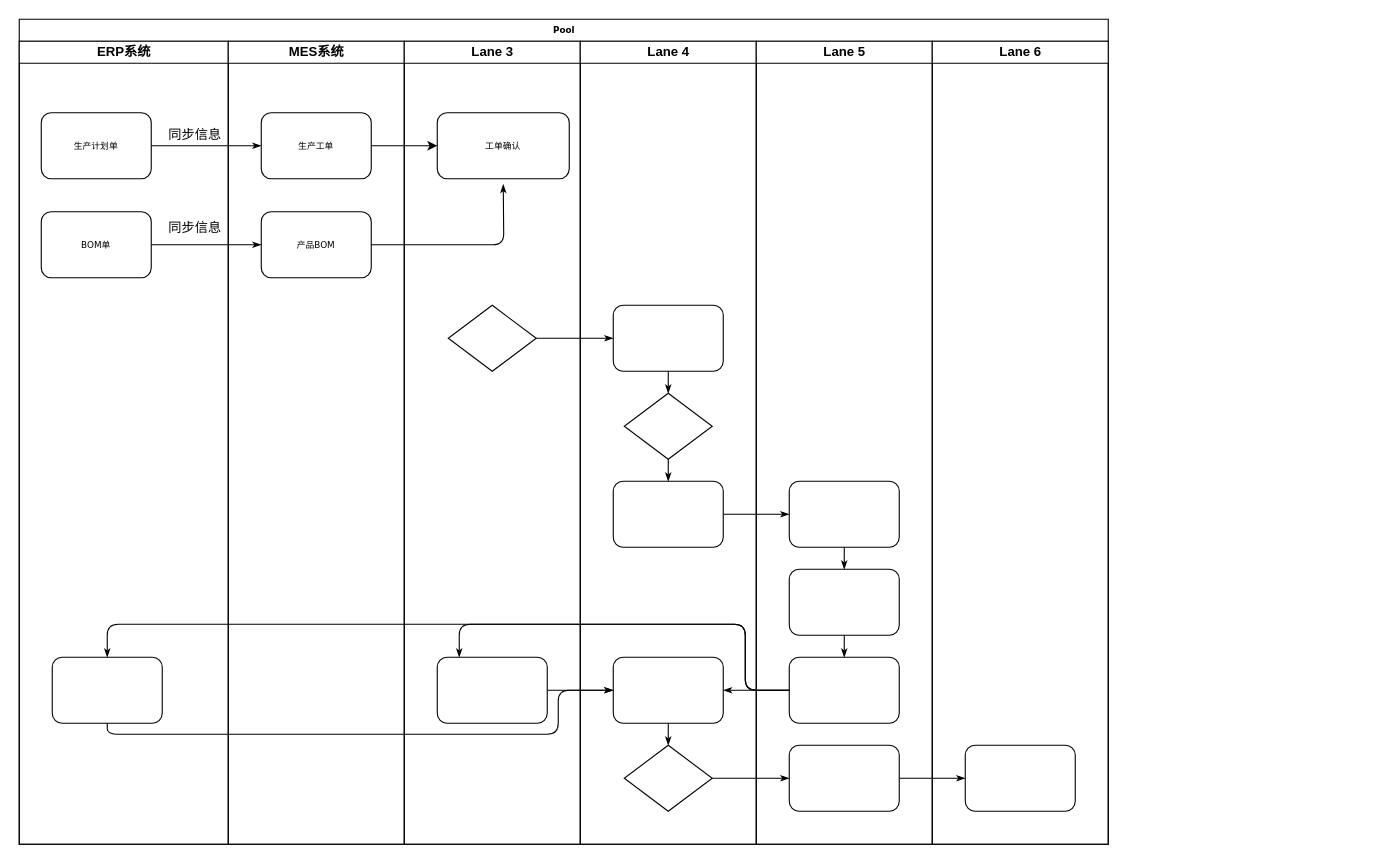
Before: data/MES.drawio in chenyanxi/hosts, a draw.io diagram. Source tidied: cells renumbered, new cells numbered last; positions are measured from the earlier drawing's top-left corner, leaving out a move shared by most shapes. Both pictures are drawn from the tidied source at 110%, with x=0, y=0 at pixel (19, 19).
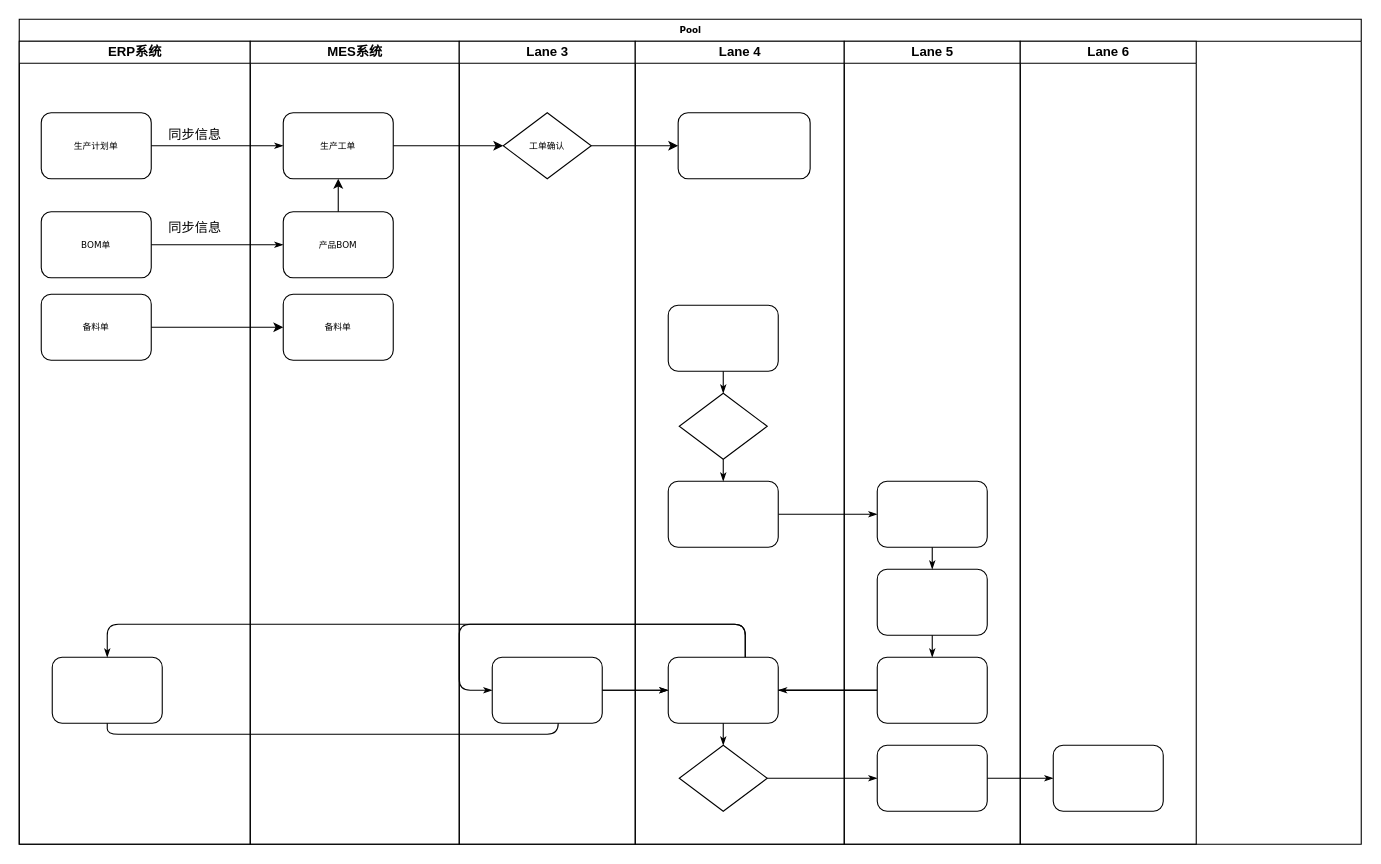
The same diagram, later.

The change refers to these unchanged cells:
```xml
<mxCell id="21" value="生产工单" style="rounded=1;whiteSpace=wrap;html=1;shadow=0;labelBackgroundColor=none;strokeWidth=1;fontFamily=Verdana;fontSize=8;align=center;" parent="20" vertex="1">
  <mxGeometry x="30" y="65" width="100" height="60" as="geometry" />
</mxCell>
<mxCell id="22" value="产品BOM" style="rounded=1;whiteSpace=wrap;html=1;shadow=0;labelBackgroundColor=none;strokeWidth=1;fontFamily=Verdana;fontSize=8;align=center;" parent="20" vertex="1">
  <mxGeometry x="30" y="155" width="100" height="60" as="geometry" />
</mxCell>
<mxCell id="28" style="rounded=1;whiteSpace=wrap;html=1;shadow=0;labelBackgroundColor=none;strokeWidth=1;fontFamily=Verdana;fontSize=8;align=center;" parent="27" vertex="1">
  <mxGeometry x="30" y="240" width="100" height="60" as="geometry" />
</mxCell>
```

Change to the diagram source:
```diff
@@
     <mxCell id="2" value="Pool" style="swimlane;html=1;startSize=20;rounded=0;shadow=0;labelBackgroundColor=none;strokeWidth=1;fontFamily=Verdana;fontSize=8;align=center;" parent="1" vertex="1">
-      <mxGeometry width="990" height="750" as="geometry" />
+      <mxGeometry width="1220" height="750" as="geometry" />
     </mxCell>
     <mxCell id="3" value="ERP系统" style="swimlane;html=1;startSize=20;" parent="2" vertex="1">
-      <mxGeometry y="20" width="190" height="730" as="geometry" />
+      <mxGeometry y="20" width="210" height="730" as="geometry" />
     </mxCell>
@@
+    <mxCell id="47" value="备料单" style="rounded=1;whiteSpace=wrap;html=1;shadow=0;labelBackgroundColor=none;strokeWidth=1;fontFamily=Verdana;fontSize=8;align=center;" parent="3" vertex="1">
+      <mxGeometry x="20" y="230" width="100" height="60" as="geometry" />
+    </mxCell>
@@
-    <mxCell id="11" style="edgeStyle=orthogonalEdgeStyle;rounded=1;html=1;labelBackgroundColor=none;startArrow=none;startFill=0;startSize=5;endArrow=classicThin;endFill=1;endSize=5;jettySize=auto;strokeWidth=1;fontFamily=Verdana;fontSize=8;" parent="2" edge="1" source="24" target="28">
-      <mxGeometry relative="1" as="geometry" />
-    </mxCell>
@@
     <mxCell id="20" value="MES系统" style="swimlane;html=1;startSize=20;" parent="2" vertex="1">
-      <mxGeometry x="190" y="20" width="160" height="730" as="geometry" />
+      <mxGeometry x="210" y="20" width="190" height="730" as="geometry" />
     </mxCell>
@@
+    <mxCell id="48" style="endArrow=classic;html=1;rounded=0;entryX=0.5;entryY=1;entryDx=0;entryDy=0;" parent="20" edge="1" target="21">
+      <mxGeometry relative="1" as="geometry">
+        <mxPoint x="80" y="155" as="sourcePoint" />
+      </mxGeometry>
+    </mxCell>
+    <mxCell id="49" value="备料单" style="whiteSpace=wrap;html=1;fontSize=8;fontFamily=Verdana;rounded=1;shadow=0;labelBackgroundColor=none;strokeWidth=1;" parent="20" vertex="1">
+      <mxGeometry x="30" y="230" width="100" height="60" as="geometry" />
+    </mxCell>
     <mxCell id="23" value="Lane 3" style="swimlane;html=1;startSize=20;" parent="2" vertex="1">
-      <mxGeometry x="350" y="20" width="160" height="730" as="geometry" />
+      <mxGeometry x="400" y="20" width="160" height="730" as="geometry" />
     </mxCell>
-    <mxCell id="24" style="rhombus;whiteSpace=wrap;html=1;rounded=0;shadow=0;labelBackgroundColor=none;strokeWidth=1;fontFamily=Verdana;fontSize=8;align=center;" parent="23" vertex="1">
-      <mxGeometry x="40" y="240" width="80" height="60" as="geometry" />
+    <mxCell id="24" value="工单确认" style="rhombus;whiteSpace=wrap;html=1;rounded=0;shadow=0;labelBackgroundColor=none;strokeWidth=1;fontFamily=Verdana;fontSize=8;align=center;" parent="23" vertex="1">
+      <mxGeometry x="40" y="65" width="80" height="60" as="geometry" />
     </mxCell>
@@
-    <mxCell id="26" value="工单确认" style="whiteSpace=wrap;html=1;fontSize=8;fontFamily=Verdana;rounded=1;shadow=0;labelBackgroundColor=none;strokeWidth=1;" parent="23" vertex="1">
-      <mxGeometry x="30" y="65" width="120" height="60" as="geometry" />
-    </mxCell>
     <mxCell id="27" value="Lane 4" style="swimlane;html=1;startSize=20;" parent="2" vertex="1">
-      <mxGeometry x="510" y="20" width="160" height="730" as="geometry" />
+      <mxGeometry x="560" y="20" width="190" height="730" as="geometry" />
     </mxCell>
@@
+    <mxCell id="50" style="whiteSpace=wrap;html=1;fontSize=8;fontFamily=Verdana;rounded=1;shadow=0;labelBackgroundColor=none;strokeWidth=1;" parent="27" vertex="1">
+      <mxGeometry x="39" y="65" width="120" height="60" as="geometry" />
+    </mxCell>
     <mxCell id="36" value="Lane 5" style="swimlane;html=1;startSize=20;" parent="2" vertex="1">
-      <mxGeometry x="670" y="20" width="160" height="730" as="geometry" />
+      <mxGeometry x="750" y="20" width="160" height="730" as="geometry" />
     </mxCell>
@@
     <mxCell id="43" value="Lane 6" style="swimlane;html=1;startSize=20;" parent="2" vertex="1">
-      <mxGeometry x="830" y="20" width="160" height="730" as="geometry" />
+      <mxGeometry x="910" y="20" width="160" height="730" as="geometry" />
     </mxCell>
@@
-    <mxCell id="45" style="edgeStyle=orthogonalEdgeStyle;rounded=1;html=1;labelBackgroundColor=none;startArrow=none;startFill=0;startSize=5;endArrow=classicThin;endFill=1;endSize=5;jettySize=auto;strokeWidth=1;fontFamily=Verdana;fontSize=8;" parent="2" edge="1" source="22">
-      <mxGeometry relative="1" as="geometry">
-        <mxPoint x="440" y="150" as="targetPoint" />
-      </mxGeometry>
-    </mxCell>
-    <mxCell id="46" style="edgeStyle=orthogonalEdgeStyle;rounded=0;jettySize=auto;html=1;" parent="2" edge="1" source="21" target="26">
+    <mxCell id="46" style="edgeStyle=orthogonalEdgeStyle;rounded=0;jettySize=auto;html=1;entryX=0;entryY=0.5;entryDx=0;entryDy=0;" parent="2" edge="1" source="21" target="24">
       <mxGeometry relative="1" as="geometry" />
     </mxCell>
+    <mxCell id="51" style="edgeStyle=orthogonalEdgeStyle;rounded=0;jettySize=auto;html=1;exitX=1;exitY=0.5;exitDx=0;exitDy=0;" parent="2" edge="1" source="24" target="50">
+      <mxGeometry relative="1" as="geometry" />
+    </mxCell>
+    <mxCell id="52" style="edgeStyle=orthogonalEdgeStyle;rounded=0;jettySize=auto;html=1;" parent="2" edge="1" source="47" target="49">
+      <mxGeometry relative="1" as="geometry" />
+    </mxCell>
```
